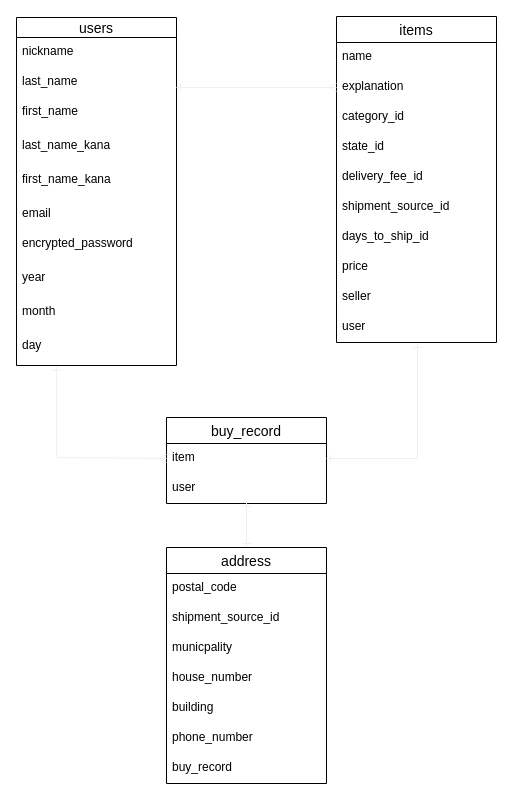
This is furima.dio from Haruyasu-alt/furima-29628, a draw.io file, before an edit. Source tidied: cells renumbered, new cells numbered last; positions are measured from the earlier drawing's top-left corner, leaving out a move shared by most shapes. Both pictures are drawn from the tidied source at 100%, with x=0, y=0 at pixel (16, 16).
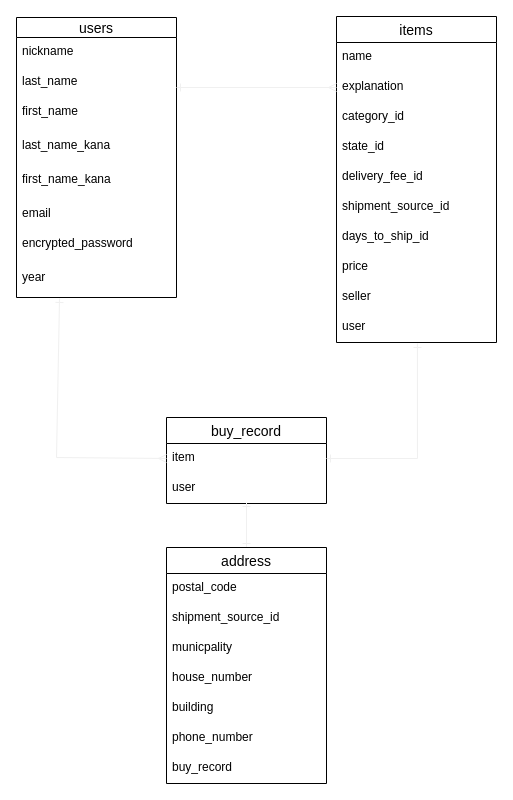
The same page after the edit.

Unchanged cells that the change refers to:
```xml
<mxCell id="10" value="year" style="text;strokeColor=none;fillColor=none;spacingLeft=4;spacingRight=4;overflow=hidden;points=[[0,0.5],[1,0.5]];portConstraint=eastwest;fontSize=12;" parent="2" vertex="1">
  <mxGeometry y="246" width="160" height="34" as="geometry" />
</mxCell>
<mxCell id="25" value="item" style="text;strokeColor=none;fillColor=none;spacingLeft=4;spacingRight=4;overflow=hidden;points=[[0,0.5],[1,0.5]];portConstraint=eastwest;fontSize=12;" parent="24" vertex="1">
  <mxGeometry y="26" width="160" height="30" as="geometry" />
</mxCell>
```

Diff of the diagram source:
```diff
@@
     <mxCell id="2" value="users" style="swimlane;fontStyle=0;horizontal=1;startSize=20;align=center;fontSize=14;" parent="1" vertex="1">
-      <mxGeometry y="1" width="160" height="348" as="geometry" />
+      <mxGeometry y="1" width="160" height="280" as="geometry" />
     </mxCell>
@@
-    <mxCell id="11" value="month" style="text;strokeColor=none;fillColor=none;spacingLeft=4;spacingRight=4;overflow=hidden;fontSize=12;" parent="2" vertex="1">
-      <mxGeometry y="280" width="160" height="34" as="geometry" />
-    </mxCell>
-    <mxCell id="12" value="day" style="text;strokeColor=none;fillColor=none;spacingLeft=4;spacingRight=4;overflow=hidden;points=[[0,0.5],[1,0.5]];portConstraint=eastwest;fontSize=12;" parent="2" vertex="1">
-      <mxGeometry y="314" width="160" height="34" as="geometry" />
-    </mxCell>
@@
-    <mxCell id="38" style="edgeStyle=none;rounded=0;jettySize=auto;html=1;exitX=0;exitY=0.5;exitDx=0;exitDy=0;startArrow=ERmany;startFill=0;endArrow=ERone;endFill=0;strokeColor=#f0f0f0;entryX=0.25;entryY=1.029;entryDx=0;entryDy=0;entryPerimeter=0;" parent="1" edge="1" source="25" target="12">
+    <mxCell id="38" style="edgeStyle=none;rounded=0;jettySize=auto;html=1;exitX=0;exitY=0.5;exitDx=0;exitDy=0;startArrow=ERmany;startFill=0;endArrow=ERone;endFill=0;strokeColor=#f0f0f0;entryX=0.269;entryY=1.029;entryDx=0;entryDy=0;entryPerimeter=0;" parent="1" edge="1" source="25" target="10">
       <mxGeometry relative="1" as="geometry">
         <Array as="points">
           <mxPoint x="40" y="441" />
         </Array>
       </mxGeometry>
     </mxCell>
```
